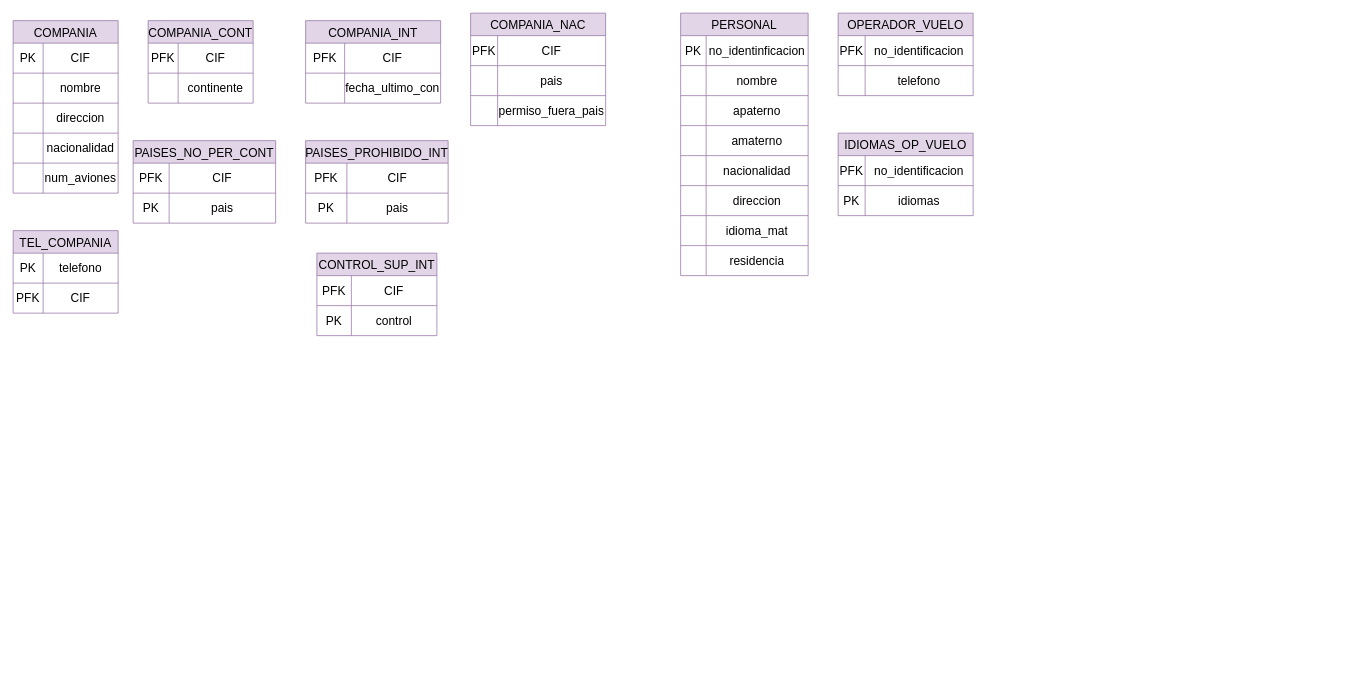
The draw.io diagram Modelo Relacion Aeropuerto TBD.drawio in misiomishi/itcj, before the edit. Source tidied: cells renumbered, new cells numbered last; positions are measured from the earlier drawing's top-left corner, leaving out a move shared by most shapes. Both pictures are drawn from the tidied source at 75%, with x=0, y=0 at pixel (13, 13).
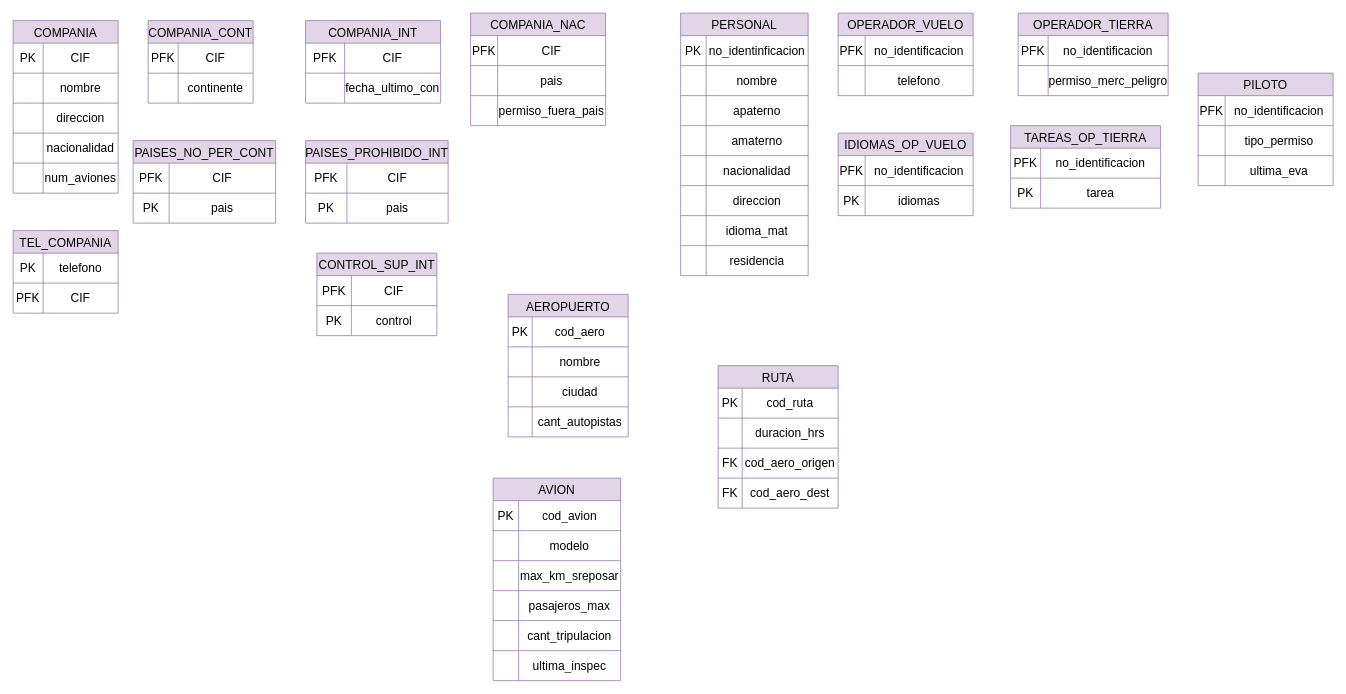
After the change.

Diff of the diagram source:
```diff
@@
+    <mxCell id="109" value="OPERADOR_TIERRA" style="shape=table;startSize=30;childLayout=tableLayout;strokeColor=#9673a6;fontSize=16;fillColor=#e1d5e7;" parent="1" vertex="1">
+      <mxGeometry x="1340" width="200" height="110" as="geometry" />
+    </mxCell>
+    <mxCell id="110" style="shape=tableRow;horizontal=0;startSize=0;swimlaneHead=0;swimlaneBody=0;strokeColor=inherit;top=0;left=0;bottom=0;right=0;fillColor=none;fontSize=16;" parent="109" vertex="1">
+      <mxGeometry y="30" width="200" height="40" as="geometry" />
+    </mxCell>
+    <mxCell id="111" value="PFK" style="shape=partialRectangle;html=1;whiteSpace=wrap;strokeColor=inherit;overflow=hidden;fillColor=none;top=0;left=0;bottom=0;right=0;fontSize=16;" parent="110" vertex="1">
+      <mxGeometry width="40" height="40" as="geometry" />
+    </mxCell>
+    <mxCell id="112" value="no_identificacion" style="shape=partialRectangle;html=1;whiteSpace=wrap;strokeColor=inherit;overflow=hidden;fillColor=none;top=0;left=0;bottom=0;right=0;fontSize=16;" parent="110" vertex="1">
+      <mxGeometry x="40" width="160" height="40" as="geometry" />
+    </mxCell>
+    <mxCell id="113" style="shape=tableRow;horizontal=0;startSize=0;swimlaneHead=0;swimlaneBody=0;strokeColor=inherit;top=0;left=0;bottom=0;right=0;fillColor=none;fontSize=16;" parent="109" vertex="1">
+      <mxGeometry y="70" width="200" height="40" as="geometry" />
+    </mxCell>
+    <mxCell id="114" style="shape=partialRectangle;html=1;whiteSpace=wrap;strokeColor=inherit;overflow=hidden;fillColor=none;top=0;left=0;bottom=0;right=0;fontSize=16;" parent="113" vertex="1">
+      <mxGeometry width="40" height="40" as="geometry" />
+    </mxCell>
+    <mxCell id="115" value="permiso_merc_peligro" style="shape=partialRectangle;html=1;whiteSpace=wrap;strokeColor=inherit;overflow=hidden;fillColor=none;top=0;left=0;bottom=0;right=0;fontSize=16;" parent="113" vertex="1">
+      <mxGeometry x="40" width="160" height="40" as="geometry" />
+    </mxCell>
+    <mxCell id="116" value="TAREAS_OP_TIERRA" style="shape=table;startSize=30;childLayout=tableLayout;strokeColor=#9673a6;fontSize=16;fillColor=#e1d5e7;" parent="1" vertex="1">
+      <mxGeometry x="1330" y="150" width="200" height="110" as="geometry" />
+    </mxCell>
+    <mxCell id="117" style="shape=tableRow;horizontal=0;startSize=0;swimlaneHead=0;swimlaneBody=0;strokeColor=inherit;top=0;left=0;bottom=0;right=0;fillColor=none;fontSize=16;" parent="116" vertex="1">
+      <mxGeometry y="30" width="200" height="40" as="geometry" />
+    </mxCell>
+    <mxCell id="118" value="PFK" style="shape=partialRectangle;html=1;whiteSpace=wrap;strokeColor=inherit;overflow=hidden;fillColor=none;top=0;left=0;bottom=0;right=0;fontSize=16;" parent="117" vertex="1">
+      <mxGeometry width="40" height="40" as="geometry" />
+    </mxCell>
+    <mxCell id="119" value="no_identificacion" style="shape=partialRectangle;html=1;whiteSpace=wrap;strokeColor=inherit;overflow=hidden;fillColor=none;top=0;left=0;bottom=0;right=0;fontSize=16;" parent="117" vertex="1">
+      <mxGeometry x="40" width="160" height="40" as="geometry" />
+    </mxCell>
+    <mxCell id="120" style="shape=tableRow;horizontal=0;startSize=0;swimlaneHead=0;swimlaneBody=0;strokeColor=inherit;top=0;left=0;bottom=0;right=0;fillColor=none;fontSize=16;" parent="116" vertex="1">
+      <mxGeometry y="70" width="200" height="40" as="geometry" />
+    </mxCell>
+    <mxCell id="121" value="PK" style="shape=partialRectangle;html=1;whiteSpace=wrap;strokeColor=inherit;overflow=hidden;fillColor=none;top=0;left=0;bottom=0;right=0;fontSize=16;" parent="120" vertex="1">
+      <mxGeometry width="40" height="40" as="geometry" />
+    </mxCell>
+    <mxCell id="122" value="tarea" style="shape=partialRectangle;html=1;whiteSpace=wrap;strokeColor=inherit;overflow=hidden;fillColor=none;top=0;left=0;bottom=0;right=0;fontSize=16;" parent="120" vertex="1">
+      <mxGeometry x="40" width="160" height="40" as="geometry" />
+    </mxCell>
+    <mxCell id="123" value="PILOTO" style="shape=table;startSize=30;childLayout=tableLayout;strokeColor=#9673a6;fontSize=16;fillColor=#e1d5e7;" parent="1" vertex="1">
+      <mxGeometry x="1580" y="80" width="180" height="150" as="geometry" />
+    </mxCell>
+    <mxCell id="124" style="shape=tableRow;horizontal=0;startSize=0;swimlaneHead=0;swimlaneBody=0;strokeColor=inherit;top=0;left=0;bottom=0;right=0;fillColor=none;fontSize=16;" parent="123" vertex="1">
+      <mxGeometry y="30" width="180" height="40" as="geometry" />
+    </mxCell>
+    <mxCell id="125" value="PFK" style="shape=partialRectangle;html=1;whiteSpace=wrap;strokeColor=inherit;overflow=hidden;fillColor=none;top=0;left=0;bottom=0;right=0;fontSize=16;" parent="124" vertex="1">
+      <mxGeometry width="36" height="40" as="geometry" />
+    </mxCell>
+    <mxCell id="126" value="no_identificacion" style="shape=partialRectangle;html=1;whiteSpace=wrap;strokeColor=inherit;overflow=hidden;fillColor=none;top=0;left=0;bottom=0;right=0;fontSize=16;" parent="124" vertex="1">
+      <mxGeometry x="36" width="144" height="40" as="geometry" />
+    </mxCell>
+    <mxCell id="127" style="shape=tableRow;horizontal=0;startSize=0;swimlaneHead=0;swimlaneBody=0;strokeColor=inherit;top=0;left=0;bottom=0;right=0;fillColor=none;fontSize=16;" parent="123" vertex="1">
+      <mxGeometry y="70" width="180" height="40" as="geometry" />
+    </mxCell>
+    <mxCell id="128" style="shape=partialRectangle;html=1;whiteSpace=wrap;strokeColor=inherit;overflow=hidden;fillColor=none;top=0;left=0;bottom=0;right=0;fontSize=16;" parent="127" vertex="1">
+      <mxGeometry width="36" height="40" as="geometry" />
+    </mxCell>
+    <mxCell id="129" value="tipo_permiso" style="shape=partialRectangle;html=1;whiteSpace=wrap;strokeColor=inherit;overflow=hidden;fillColor=none;top=0;left=0;bottom=0;right=0;fontSize=16;" parent="127" vertex="1">
+      <mxGeometry x="36" width="144" height="40" as="geometry" />
+    </mxCell>
+    <mxCell id="130" style="shape=tableRow;horizontal=0;startSize=0;swimlaneHead=0;swimlaneBody=0;strokeColor=inherit;top=0;left=0;bottom=0;right=0;fillColor=none;fontSize=16;" parent="123" vertex="1">
+      <mxGeometry y="110" width="180" height="40" as="geometry" />
+    </mxCell>
+    <mxCell id="131" style="shape=partialRectangle;html=1;whiteSpace=wrap;strokeColor=inherit;overflow=hidden;fillColor=none;top=0;left=0;bottom=0;right=0;fontSize=16;" parent="130" vertex="1">
+      <mxGeometry width="36" height="40" as="geometry" />
+    </mxCell>
+    <mxCell id="132" value="ultima_eva" style="shape=partialRectangle;html=1;whiteSpace=wrap;strokeColor=inherit;overflow=hidden;fillColor=none;top=0;left=0;bottom=0;right=0;fontSize=16;" parent="130" vertex="1">
+      <mxGeometry x="36" width="144" height="40" as="geometry" />
+    </mxCell>
+    <mxCell id="133" value="AEROPUERTO" style="shape=table;startSize=30;childLayout=tableLayout;strokeColor=#9673a6;fontSize=16;fillColor=#e1d5e7;" parent="1" vertex="1">
+      <mxGeometry x="660" y="375" width="160" height="190" as="geometry" />
+    </mxCell>
+    <mxCell id="134" style="shape=tableRow;horizontal=0;startSize=0;swimlaneHead=0;swimlaneBody=0;strokeColor=inherit;top=0;left=0;bottom=0;right=0;fillColor=none;fontSize=16;" parent="133" vertex="1">
+      <mxGeometry y="30" width="160" height="40" as="geometry" />
+    </mxCell>
+    <mxCell id="135" value="PK" style="shape=partialRectangle;html=1;whiteSpace=wrap;strokeColor=inherit;overflow=hidden;fillColor=none;top=0;left=0;bottom=0;right=0;fontSize=16;" parent="134" vertex="1">
+      <mxGeometry width="32" height="40" as="geometry" />
+    </mxCell>
+    <mxCell id="136" value="cod_aero" style="shape=partialRectangle;html=1;whiteSpace=wrap;strokeColor=inherit;overflow=hidden;fillColor=none;top=0;left=0;bottom=0;right=0;fontSize=16;" parent="134" vertex="1">
+      <mxGeometry x="32" width="128" height="40" as="geometry" />
+    </mxCell>
+    <mxCell id="137" style="shape=tableRow;horizontal=0;startSize=0;swimlaneHead=0;swimlaneBody=0;strokeColor=inherit;top=0;left=0;bottom=0;right=0;fillColor=none;fontSize=16;" parent="133" vertex="1">
+      <mxGeometry y="70" width="160" height="40" as="geometry" />
+    </mxCell>
+    <mxCell id="138" style="shape=partialRectangle;html=1;whiteSpace=wrap;strokeColor=inherit;overflow=hidden;fillColor=none;top=0;left=0;bottom=0;right=0;fontSize=16;" parent="137" vertex="1">
+      <mxGeometry width="32" height="40" as="geometry" />
+    </mxCell>
+    <mxCell id="139" value="nombre" style="shape=partialRectangle;html=1;whiteSpace=wrap;strokeColor=inherit;overflow=hidden;fillColor=none;top=0;left=0;bottom=0;right=0;fontSize=16;" parent="137" vertex="1">
+      <mxGeometry x="32" width="128" height="40" as="geometry" />
+    </mxCell>
+    <mxCell id="140" style="shape=tableRow;horizontal=0;startSize=0;swimlaneHead=0;swimlaneBody=0;strokeColor=inherit;top=0;left=0;bottom=0;right=0;fillColor=none;fontSize=16;" parent="133" vertex="1">
+      <mxGeometry y="110" width="160" height="40" as="geometry" />
+    </mxCell>
+    <mxCell id="141" style="shape=partialRectangle;html=1;whiteSpace=wrap;strokeColor=inherit;overflow=hidden;fillColor=none;top=0;left=0;bottom=0;right=0;fontSize=16;" parent="140" vertex="1">
+      <mxGeometry width="32" height="40" as="geometry" />
+    </mxCell>
+    <mxCell id="142" value="ciudad" style="shape=partialRectangle;html=1;whiteSpace=wrap;strokeColor=inherit;overflow=hidden;fillColor=none;top=0;left=0;bottom=0;right=0;fontSize=16;" parent="140" vertex="1">
+      <mxGeometry x="32" width="128" height="40" as="geometry" />
+    </mxCell>
+    <mxCell id="143" style="shape=tableRow;horizontal=0;startSize=0;swimlaneHead=0;swimlaneBody=0;strokeColor=inherit;top=0;left=0;bottom=0;right=0;fillColor=none;fontSize=16;" parent="133" vertex="1">
+      <mxGeometry y="150" width="160" height="40" as="geometry" />
+    </mxCell>
+    <mxCell id="144" style="shape=partialRectangle;html=1;whiteSpace=wrap;strokeColor=inherit;overflow=hidden;fillColor=none;top=0;left=0;bottom=0;right=0;fontSize=16;" parent="143" vertex="1">
+      <mxGeometry width="32" height="40" as="geometry" />
+    </mxCell>
+    <mxCell id="145" value="cant_autopistas" style="shape=partialRectangle;html=1;whiteSpace=wrap;strokeColor=inherit;overflow=hidden;fillColor=none;top=0;left=0;bottom=0;right=0;fontSize=16;" parent="143" vertex="1">
+      <mxGeometry x="32" width="128" height="40" as="geometry" />
+    </mxCell>
+    <mxCell id="146" value="AVION" style="shape=table;startSize=30;childLayout=tableLayout;strokeColor=#9673a6;fontSize=16;fillColor=#e1d5e7;" parent="1" vertex="1">
+      <mxGeometry x="640" y="620" width="170" height="270" as="geometry" />
+    </mxCell>
+    <mxCell id="147" style="shape=tableRow;horizontal=0;startSize=0;swimlaneHead=0;swimlaneBody=0;strokeColor=inherit;top=0;left=0;bottom=0;right=0;fillColor=none;fontSize=16;" parent="146" vertex="1">
+      <mxGeometry y="30" width="170" height="40" as="geometry" />
+    </mxCell>
+    <mxCell id="148" value="PK" style="shape=partialRectangle;html=1;whiteSpace=wrap;strokeColor=inherit;overflow=hidden;fillColor=none;top=0;left=0;bottom=0;right=0;fontSize=16;" parent="147" vertex="1">
+      <mxGeometry width="34" height="40" as="geometry" />
+    </mxCell>
+    <mxCell id="149" value="cod_avion" style="shape=partialRectangle;html=1;whiteSpace=wrap;strokeColor=inherit;overflow=hidden;fillColor=none;top=0;left=0;bottom=0;right=0;fontSize=16;" parent="147" vertex="1">
+      <mxGeometry x="34" width="136" height="40" as="geometry" />
+    </mxCell>
+    <mxCell id="150" style="shape=tableRow;horizontal=0;startSize=0;swimlaneHead=0;swimlaneBody=0;strokeColor=inherit;top=0;left=0;bottom=0;right=0;fillColor=none;fontSize=16;" parent="146" vertex="1">
+      <mxGeometry y="70" width="170" height="40" as="geometry" />
+    </mxCell>
+    <mxCell id="151" style="shape=partialRectangle;html=1;whiteSpace=wrap;strokeColor=inherit;overflow=hidden;fillColor=none;top=0;left=0;bottom=0;right=0;fontSize=16;" parent="150" vertex="1">
+      <mxGeometry width="34" height="40" as="geometry" />
+    </mxCell>
+    <mxCell id="152" value="modelo" style="shape=partialRectangle;html=1;whiteSpace=wrap;strokeColor=inherit;overflow=hidden;fillColor=none;top=0;left=0;bottom=0;right=0;fontSize=16;" parent="150" vertex="1">
+      <mxGeometry x="34" width="136" height="40" as="geometry" />
+    </mxCell>
+    <mxCell id="153" style="shape=tableRow;horizontal=0;startSize=0;swimlaneHead=0;swimlaneBody=0;strokeColor=inherit;top=0;left=0;bottom=0;right=0;fillColor=none;fontSize=16;" parent="146" vertex="1">
+      <mxGeometry y="110" width="170" height="40" as="geometry" />
+    </mxCell>
+    <mxCell id="154" style="shape=partialRectangle;html=1;whiteSpace=wrap;strokeColor=inherit;overflow=hidden;fillColor=none;top=0;left=0;bottom=0;right=0;fontSize=16;" parent="153" vertex="1">
+      <mxGeometry width="34" height="40" as="geometry" />
+    </mxCell>
+    <mxCell id="155" value="max_km_sreposar" style="shape=partialRectangle;html=1;whiteSpace=wrap;strokeColor=inherit;overflow=hidden;fillColor=none;top=0;left=0;bottom=0;right=0;fontSize=16;" parent="153" vertex="1">
+      <mxGeometry x="34" width="136" height="40" as="geometry" />
+    </mxCell>
+    <mxCell id="156" style="shape=tableRow;horizontal=0;startSize=0;swimlaneHead=0;swimlaneBody=0;strokeColor=inherit;top=0;left=0;bottom=0;right=0;fillColor=none;fontSize=16;" parent="146" vertex="1">
+      <mxGeometry y="150" width="170" height="40" as="geometry" />
+    </mxCell>
+    <mxCell id="157" style="shape=partialRectangle;html=1;whiteSpace=wrap;strokeColor=inherit;overflow=hidden;fillColor=none;top=0;left=0;bottom=0;right=0;fontSize=16;" parent="156" vertex="1">
+      <mxGeometry width="34" height="40" as="geometry" />
+    </mxCell>
+    <mxCell id="158" value="pasajeros_max" style="shape=partialRectangle;html=1;whiteSpace=wrap;strokeColor=inherit;overflow=hidden;fillColor=none;top=0;left=0;bottom=0;right=0;fontSize=16;" parent="156" vertex="1">
+      <mxGeometry x="34" width="136" height="40" as="geometry" />
+    </mxCell>
+    <mxCell id="159" style="shape=tableRow;horizontal=0;startSize=0;swimlaneHead=0;swimlaneBody=0;strokeColor=inherit;top=0;left=0;bottom=0;right=0;fillColor=none;fontSize=16;" parent="146" vertex="1">
+      <mxGeometry y="190" width="170" height="40" as="geometry" />
+    </mxCell>
+    <mxCell id="160" style="shape=partialRectangle;html=1;whiteSpace=wrap;strokeColor=inherit;overflow=hidden;fillColor=none;top=0;left=0;bottom=0;right=0;fontSize=16;" parent="159" vertex="1">
+      <mxGeometry width="34" height="40" as="geometry" />
+    </mxCell>
+    <mxCell id="161" value="cant_tripulacion" style="shape=partialRectangle;html=1;whiteSpace=wrap;strokeColor=inherit;overflow=hidden;fillColor=none;top=0;left=0;bottom=0;right=0;fontSize=16;" parent="159" vertex="1">
+      <mxGeometry x="34" width="136" height="40" as="geometry" />
+    </mxCell>
+    <mxCell id="162" style="shape=tableRow;horizontal=0;startSize=0;swimlaneHead=0;swimlaneBody=0;strokeColor=inherit;top=0;left=0;bottom=0;right=0;fillColor=none;fontSize=16;" parent="146" vertex="1">
+      <mxGeometry y="230" width="170" height="40" as="geometry" />
+    </mxCell>
+    <mxCell id="163" style="shape=partialRectangle;html=1;whiteSpace=wrap;strokeColor=inherit;overflow=hidden;fillColor=none;top=0;left=0;bottom=0;right=0;fontSize=16;" parent="162" vertex="1">
+      <mxGeometry width="34" height="40" as="geometry" />
+    </mxCell>
+    <mxCell id="164" value="ultima_inspec" style="shape=partialRectangle;html=1;whiteSpace=wrap;strokeColor=inherit;overflow=hidden;fillColor=none;top=0;left=0;bottom=0;right=0;fontSize=16;" parent="162" vertex="1">
+      <mxGeometry x="34" width="136" height="40" as="geometry" />
+    </mxCell>
+    <mxCell id="165" value="RUTA" style="shape=table;startSize=30;childLayout=tableLayout;strokeColor=#9673a6;fontSize=16;fillColor=#e1d5e7;" parent="1" vertex="1">
+      <mxGeometry x="940" y="470" width="160" height="190" as="geometry" />
+    </mxCell>
+    <mxCell id="166" style="shape=tableRow;horizontal=0;startSize=0;swimlaneHead=0;swimlaneBody=0;strokeColor=inherit;top=0;left=0;bottom=0;right=0;fillColor=none;fontSize=16;" parent="165" vertex="1">
+      <mxGeometry y="30" width="160" height="40" as="geometry" />
+    </mxCell>
+    <mxCell id="167" value="PK" style="shape=partialRectangle;html=1;whiteSpace=wrap;strokeColor=inherit;overflow=hidden;fillColor=none;top=0;left=0;bottom=0;right=0;fontSize=16;" parent="166" vertex="1">
+      <mxGeometry width="32" height="40" as="geometry" />
+    </mxCell>
+    <mxCell id="168" value="cod_ruta" style="shape=partialRectangle;html=1;whiteSpace=wrap;strokeColor=inherit;overflow=hidden;fillColor=none;top=0;left=0;bottom=0;right=0;fontSize=16;" parent="166" vertex="1">
+      <mxGeometry x="32" width="128" height="40" as="geometry" />
+    </mxCell>
+    <mxCell id="169" style="shape=tableRow;horizontal=0;startSize=0;swimlaneHead=0;swimlaneBody=0;strokeColor=inherit;top=0;left=0;bottom=0;right=0;fillColor=none;fontSize=16;" parent="165" vertex="1">
+      <mxGeometry y="70" width="160" height="40" as="geometry" />
+    </mxCell>
+    <mxCell id="170" style="shape=partialRectangle;html=1;whiteSpace=wrap;strokeColor=inherit;overflow=hidden;fillColor=none;top=0;left=0;bottom=0;right=0;fontSize=16;" parent="169" vertex="1">
+      <mxGeometry width="32" height="40" as="geometry" />
+    </mxCell>
+    <mxCell id="171" value="duracion_hrs" style="shape=partialRectangle;html=1;whiteSpace=wrap;strokeColor=inherit;overflow=hidden;fillColor=none;top=0;left=0;bottom=0;right=0;fontSize=16;" parent="169" vertex="1">
+      <mxGeometry x="32" width="128" height="40" as="geometry" />
+    </mxCell>
+    <mxCell id="172" style="shape=tableRow;horizontal=0;startSize=0;swimlaneHead=0;swimlaneBody=0;strokeColor=inherit;top=0;left=0;bottom=0;right=0;fillColor=none;fontSize=16;" parent="165" vertex="1">
+      <mxGeometry y="110" width="160" height="40" as="geometry" />
+    </mxCell>
+    <mxCell id="173" value="FK" style="shape=partialRectangle;html=1;whiteSpace=wrap;strokeColor=inherit;overflow=hidden;fillColor=none;top=0;left=0;bottom=0;right=0;fontSize=16;" parent="172" vertex="1">
+      <mxGeometry width="32" height="40" as="geometry" />
+    </mxCell>
+    <mxCell id="174" value="cod_aero_origen" style="shape=partialRectangle;html=1;whiteSpace=wrap;strokeColor=inherit;overflow=hidden;fillColor=none;top=0;left=0;bottom=0;right=0;fontSize=16;" parent="172" vertex="1">
+      <mxGeometry x="32" width="128" height="40" as="geometry" />
+    </mxCell>
+    <mxCell id="175" style="shape=tableRow;horizontal=0;startSize=0;swimlaneHead=0;swimlaneBody=0;strokeColor=inherit;top=0;left=0;bottom=0;right=0;fillColor=none;fontSize=16;" parent="165" vertex="1">
+      <mxGeometry y="150" width="160" height="40" as="geometry" />
+    </mxCell>
+    <mxCell id="176" value="FK" style="shape=partialRectangle;html=1;whiteSpace=wrap;strokeColor=inherit;overflow=hidden;fillColor=none;top=0;left=0;bottom=0;right=0;fontSize=16;" parent="175" vertex="1">
+      <mxGeometry width="32" height="40" as="geometry" />
+    </mxCell>
+    <mxCell id="177" value="cod_aero_dest" style="shape=partialRectangle;html=1;whiteSpace=wrap;strokeColor=inherit;overflow=hidden;fillColor=none;top=0;left=0;bottom=0;right=0;fontSize=16;" parent="175" vertex="1">
+      <mxGeometry x="32" width="128" height="40" as="geometry" />
+    </mxCell>
```
